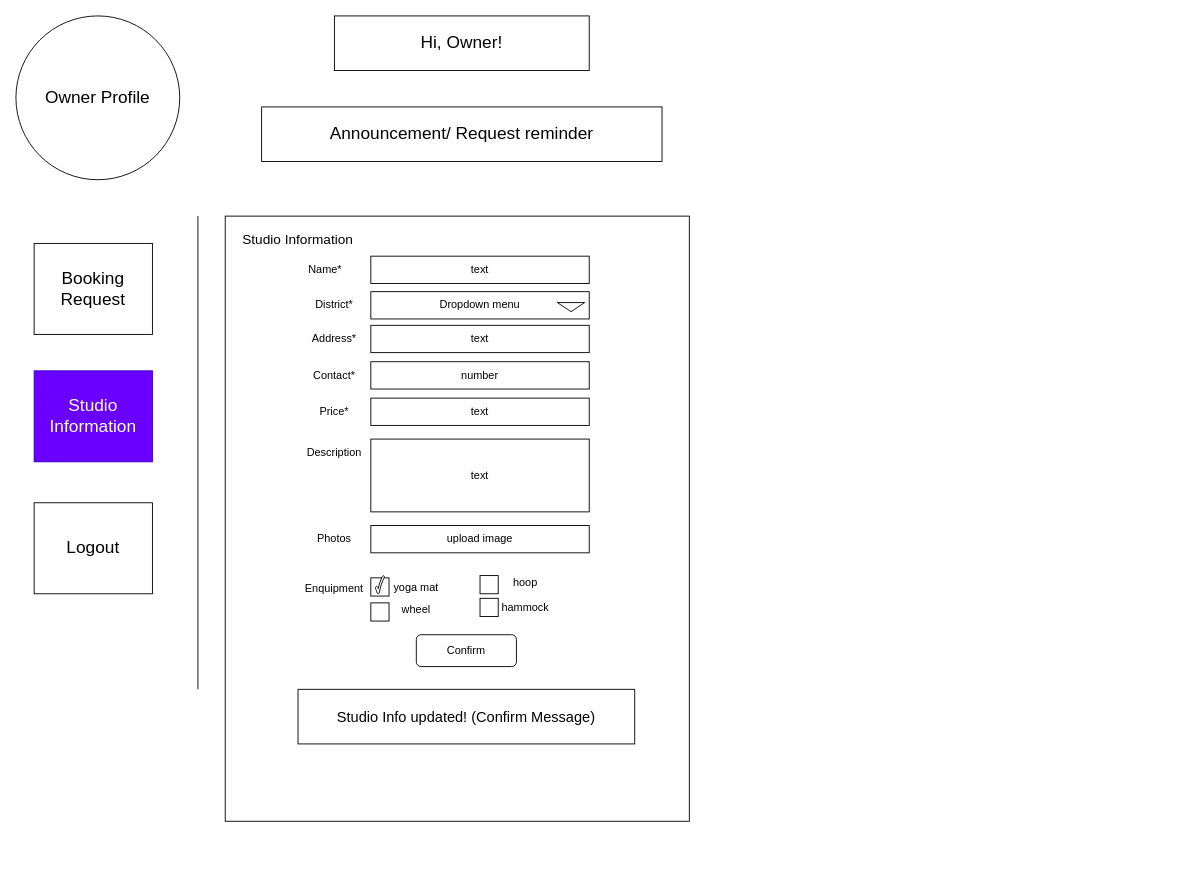
Earlier version of the draw.io diagram page "Studio Owner Panel (Studio Info)" (5 of 7) of wireframe.drawio (Spike-forward/hk-sma-m4-project-23-04). Source tidied: cells renumbered, new cells numbered last; positions are measured from the earlier drawing's top-left corner, leaving out a move shared by most shapes. Both pictures are drawn from the tidied source at 91%, with x=0, y=0 at pixel (15, 15).
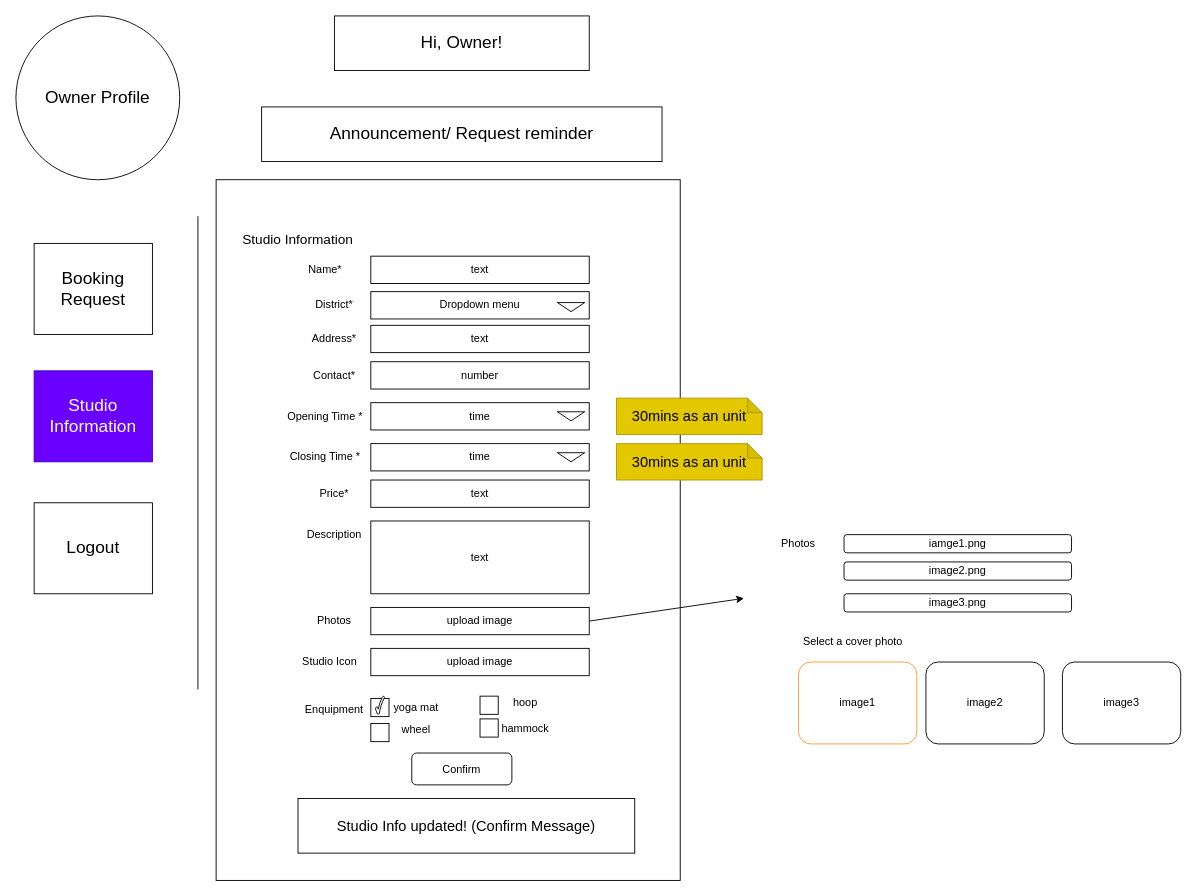
The same page after the edit.

What changed in the source:
```diff
@@
     <mxCell id="9" style="rounded=0;whiteSpace=wrap;html=1;" parent="1" vertex="1">
-      <mxGeometry x="230" y="220" width="510" height="665" as="geometry" />
+      <mxGeometry x="220" y="180" width="510" height="770" as="geometry" />
     </mxCell>
@@
     <mxCell id="17" value="text" style="rounded=0;whiteSpace=wrap;html=1;" parent="1" vertex="1">
-      <mxGeometry x="390" y="420" width="240" height="30" as="geometry" />
+      <mxGeometry x="390" y="510" width="240" height="30" as="geometry" />
     </mxCell>
     <mxCell id="18" value="Price*" style="text;html=1;strokeColor=none;fillColor=none;align=center;verticalAlign=middle;whiteSpace=wrap;rounded=0;" parent="1" vertex="1">
-      <mxGeometry x="320" y="420" width="60" height="30" as="geometry" />
+      <mxGeometry x="320" y="510" width="60" height="30" as="geometry" />
     </mxCell>
     <mxCell id="19" value="text" style="rounded=0;whiteSpace=wrap;html=1;" parent="1" vertex="1">
-      <mxGeometry x="390" y="465" width="240" height="80" as="geometry" />
+      <mxGeometry x="390" y="555" width="240" height="80" as="geometry" />
     </mxCell>
     <mxCell id="20" value="Description" style="text;html=1;strokeColor=none;fillColor=none;align=center;verticalAlign=middle;whiteSpace=wrap;rounded=0;" parent="1" vertex="1">
-      <mxGeometry x="320" y="465" width="60" height="30" as="geometry" />
+      <mxGeometry x="320" y="555" width="60" height="30" as="geometry" />
     </mxCell>
     <mxCell id="21" value="Confirm" style="rounded=1;whiteSpace=wrap;html=1;" parent="1" vertex="1">
-      <mxGeometry x="440" y="680" width="110" height="35" as="geometry" />
+      <mxGeometry x="435" y="810" width="110" height="35" as="geometry" />
     </mxCell>
     <mxCell id="22" value="Photos" style="text;html=1;strokeColor=none;fillColor=none;align=center;verticalAlign=middle;whiteSpace=wrap;rounded=0;" parent="1" vertex="1">
-      <mxGeometry x="320" y="560" width="60" height="30" as="geometry" />
+      <mxGeometry x="320" y="650" width="60" height="30" as="geometry" />
     </mxCell>
     <mxCell id="23" value="upload image" style="rounded=0;whiteSpace=wrap;html=1;" parent="1" vertex="1">
-      <mxGeometry x="390" y="560" width="240" height="30" as="geometry" />
+      <mxGeometry x="390" y="650" width="240" height="30" as="geometry" />
     </mxCell>
     <mxCell id="24" value="&lt;font style=&quot;font-size: 16px;&quot;&gt;Studio Info updated! (Confirm Message)&lt;/font&gt;" style="rounded=0;whiteSpace=wrap;html=1;" parent="1" vertex="1">
-      <mxGeometry x="310" y="740" width="370" height="60" as="geometry" />
+      <mxGeometry x="310" y="860" width="370" height="60" as="geometry" />
     </mxCell>
     <mxCell id="25" value="Enquipment" style="text;html=1;strokeColor=none;fillColor=none;align=center;verticalAlign=middle;whiteSpace=wrap;rounded=0;" parent="1" vertex="1">
-      <mxGeometry x="320" y="615" width="60" height="30" as="geometry" />
+      <mxGeometry x="320" y="747.5" width="60" height="30" as="geometry" />
     </mxCell>
     <mxCell id="26" style="whiteSpace=wrap;html=1;" parent="1" vertex="1">
-      <mxGeometry x="390" y="617.5" width="20" height="20" as="geometry" />
+      <mxGeometry x="390" y="750" width="20" height="20" as="geometry" />
     </mxCell>
     <mxCell id="27" style="whiteSpace=wrap;html=1;" parent="1" vertex="1">
-      <mxGeometry x="390" y="645" width="20" height="20" as="geometry" />
+      <mxGeometry x="390" y="777.5" width="20" height="20" as="geometry" />
     </mxCell>
     <mxCell id="28" style="whiteSpace=wrap;html=1;" parent="1" vertex="1">
-      <mxGeometry x="510" y="615" width="20" height="20" as="geometry" />
+      <mxGeometry x="510" y="747.5" width="20" height="20" as="geometry" />
     </mxCell>
     <mxCell id="29" style="whiteSpace=wrap;html=1;" parent="1" vertex="1">
-      <mxGeometry x="510" y="640" width="20" height="20" as="geometry" />
+      <mxGeometry x="510" y="772.5" width="20" height="20" as="geometry" />
     </mxCell>
     <mxCell id="30" style="verticalLabelPosition=bottom;verticalAlign=top;html=1;shape=mxgraph.basic.tick;" parent="1" vertex="1">
-      <mxGeometry x="395" y="615" width="10" height="20" as="geometry" />
+      <mxGeometry x="395" y="747.5" width="10" height="20" as="geometry" />
     </mxCell>
     <mxCell id="31" value="yoga mat" style="text;html=1;strokeColor=none;fillColor=none;align=center;verticalAlign=middle;whiteSpace=wrap;rounded=0;" parent="1" vertex="1">
-      <mxGeometry x="410" y="612.5" width="60" height="30" as="geometry" />
+      <mxGeometry x="410" y="745" width="60" height="30" as="geometry" />
     </mxCell>
     <mxCell id="32" value="hoop" style="text;html=1;strokeColor=none;fillColor=none;align=center;verticalAlign=middle;whiteSpace=wrap;rounded=0;" parent="1" vertex="1">
-      <mxGeometry x="530" y="607.5" width="60" height="30" as="geometry" />
+      <mxGeometry x="530" y="740" width="60" height="30" as="geometry" />
     </mxCell>
     <mxCell id="33" value="hammock" style="text;html=1;strokeColor=none;fillColor=none;align=center;verticalAlign=middle;whiteSpace=wrap;rounded=0;" parent="1" vertex="1">
-      <mxGeometry x="530" y="635" width="60" height="30" as="geometry" />
+      <mxGeometry x="530" y="767.5" width="60" height="30" as="geometry" />
     </mxCell>
     <mxCell id="34" value="wheel" style="text;html=1;strokeColor=none;fillColor=none;align=center;verticalAlign=middle;whiteSpace=wrap;rounded=0;" parent="1" vertex="1">
-      <mxGeometry x="410" y="637.5" width="60" height="30" as="geometry" />
+      <mxGeometry x="410" y="770" width="60" height="30" as="geometry" />
     </mxCell>
@@
+    <mxCell id="38" value="Studio Icon" style="text;html=1;strokeColor=none;fillColor=none;align=center;verticalAlign=middle;whiteSpace=wrap;rounded=0;" parent="1" vertex="1">
+      <mxGeometry x="300" y="695" width="90" height="30" as="geometry" />
+    </mxCell>
+    <mxCell id="39" value="upload image" style="rounded=0;whiteSpace=wrap;html=1;" parent="1" vertex="1">
+      <mxGeometry x="390" y="695" width="240" height="30" as="geometry" />
+    </mxCell>
+    <mxCell id="40" value="Photos" style="text;html=1;strokeColor=none;fillColor=none;align=center;verticalAlign=middle;whiteSpace=wrap;rounded=0;" parent="1" vertex="1">
+      <mxGeometry x="830" y="565" width="60" height="30" as="geometry" />
+    </mxCell>
+    <mxCell id="41" value="iamge1.png" style="rounded=1;whiteSpace=wrap;html=1;" parent="1" vertex="1">
+      <mxGeometry x="910" y="570" width="250" height="20" as="geometry" />
+    </mxCell>
+    <mxCell id="42" value="image2.png" style="rounded=1;whiteSpace=wrap;html=1;" parent="1" vertex="1">
+      <mxGeometry x="910" y="600" width="250" height="20" as="geometry" />
+    </mxCell>
+    <mxCell id="43" value="image3.png" style="rounded=1;whiteSpace=wrap;html=1;" parent="1" vertex="1">
+      <mxGeometry x="910" y="635" width="250" height="20" as="geometry" />
+    </mxCell>
+    <mxCell id="44" value="image1" style="rounded=1;whiteSpace=wrap;html=1;strokeColor=#FF9933;" parent="1" vertex="1">
+      <mxGeometry x="860" y="710" width="130" height="90" as="geometry" />
+    </mxCell>
+    <mxCell id="45" value="image2" style="rounded=1;whiteSpace=wrap;html=1;" parent="1" vertex="1">
+      <mxGeometry x="1000" y="710" width="130" height="90" as="geometry" />
+    </mxCell>
+    <mxCell id="46" value="image3" style="rounded=1;whiteSpace=wrap;html=1;" parent="1" vertex="1">
+      <mxGeometry x="1150" y="710" width="130" height="90" as="geometry" />
+    </mxCell>
+    <mxCell id="47" value="Select a cover photo" style="text;html=1;strokeColor=none;fillColor=none;align=center;verticalAlign=middle;whiteSpace=wrap;rounded=0;" parent="1" vertex="1">
+      <mxGeometry x="860" y="672.5" width="120" height="30" as="geometry" />
+    </mxCell>
+    <mxCell id="48" style="endArrow=classic;html=1;exitX=1;exitY=0.5;exitDx=0;exitDy=0;" parent="1" edge="1" source="23">
+      <mxGeometry relative="1" as="geometry">
+        <mxPoint x="800" y="640" as="targetPoint" />
+      </mxGeometry>
+    </mxCell>
+    <mxCell id="49" value="time" style="rounded=0;whiteSpace=wrap;html=1;" parent="1" vertex="1">
+      <mxGeometry x="390" y="425" width="240" height="30" as="geometry" />
+    </mxCell>
+    <mxCell id="50" value="time" style="rounded=0;whiteSpace=wrap;html=1;" parent="1" vertex="1">
+      <mxGeometry x="390" y="470" width="240" height="30" as="geometry" />
+    </mxCell>
+    <mxCell id="51" value="Opening Time *" style="text;html=1;strokeColor=none;fillColor=none;align=center;verticalAlign=middle;whiteSpace=wrap;rounded=0;" parent="1" vertex="1">
+      <mxGeometry x="290" y="425" width="100" height="30" as="geometry" />
+    </mxCell>
+    <mxCell id="52" value="Closing Time *" style="text;html=1;strokeColor=none;fillColor=none;align=center;verticalAlign=middle;whiteSpace=wrap;rounded=0;" parent="1" vertex="1">
+      <mxGeometry x="290" y="470" width="100" height="30" as="geometry" />
+    </mxCell>
+    <mxCell id="53" style="triangle;whiteSpace=wrap;html=1;rotation=90;" parent="1" vertex="1">
+      <mxGeometry x="605" y="425" width="10" height="30" as="geometry" />
+    </mxCell>
+    <mxCell id="54" style="triangle;whiteSpace=wrap;html=1;rotation=90;" parent="1" vertex="1">
+      <mxGeometry x="605" y="470" width="10" height="30" as="geometry" />
+    </mxCell>
+    <mxCell id="55" value="30mins as an unit" style="shape=note;whiteSpace=wrap;html=1;backgroundOutline=1;darkOpacity=0.05;fontSize=16;size=16;fillColor=#e3c800;fontColor=#000000;strokeColor=#B09500;" parent="1" vertex="1">
+      <mxGeometry x="660" y="420" width="160" height="40" as="geometry" />
+    </mxCell>
+    <mxCell id="56" value="30mins as an unit" style="shape=note;whiteSpace=wrap;html=1;backgroundOutline=1;darkOpacity=0.05;fontSize=16;size=16;fillColor=#e3c800;fontColor=#000000;strokeColor=#B09500;" parent="1" vertex="1">
+      <mxGeometry x="660" y="470" width="160" height="40" as="geometry" />
+    </mxCell>
```
